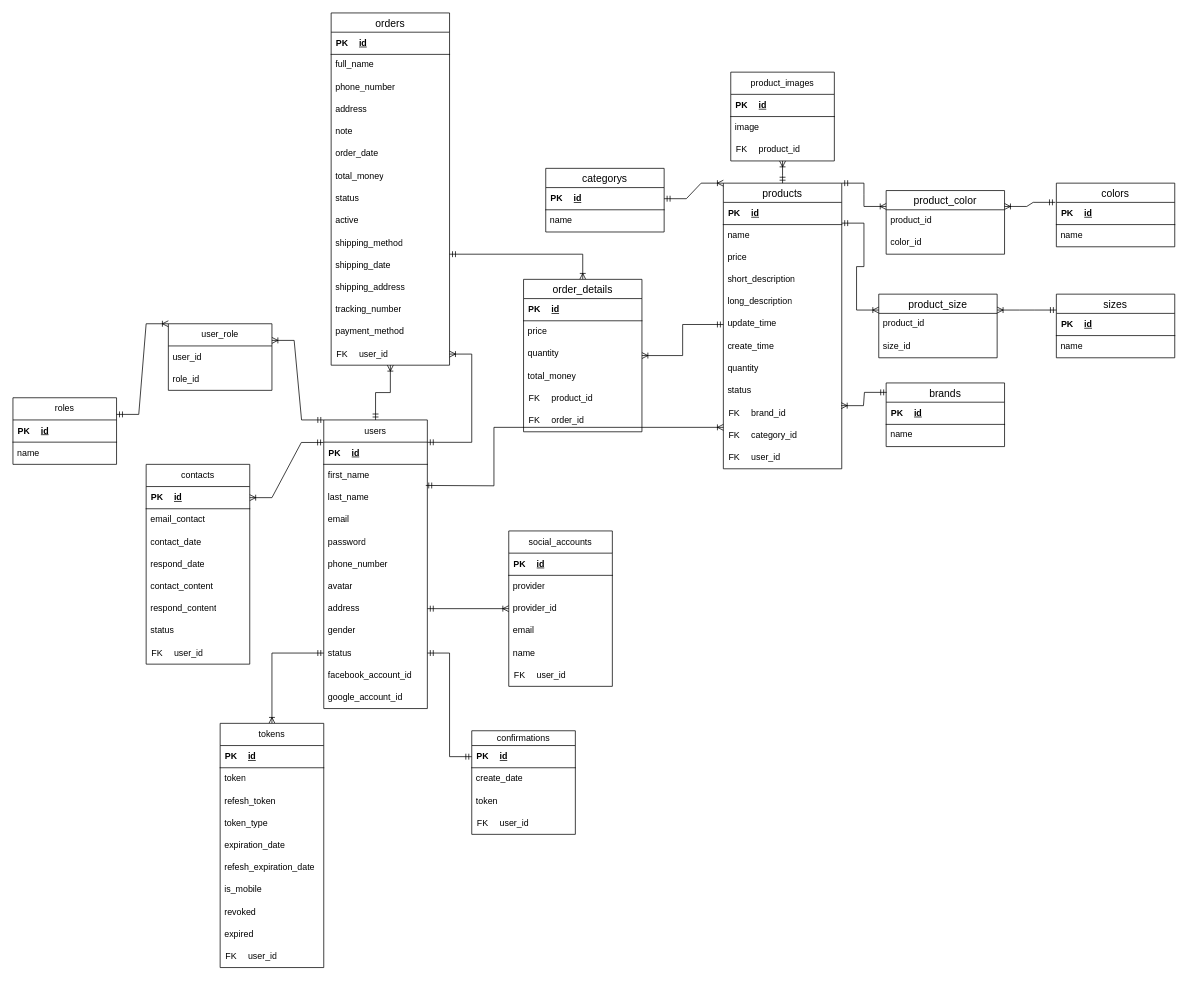
The draw.io diagram shop-online/Biểu đồ không có tiêu đề.drawio in Dangnhhe161726/shop-online, before the edit. Source tidied: cells renumbered, new cells numbered last; positions are measured from the earlier drawing's top-left corner, leaving out a move shared by most shapes. Both pictures are drawn from the tidied source at 74%, with x=0, y=0 at pixel (13, -176).
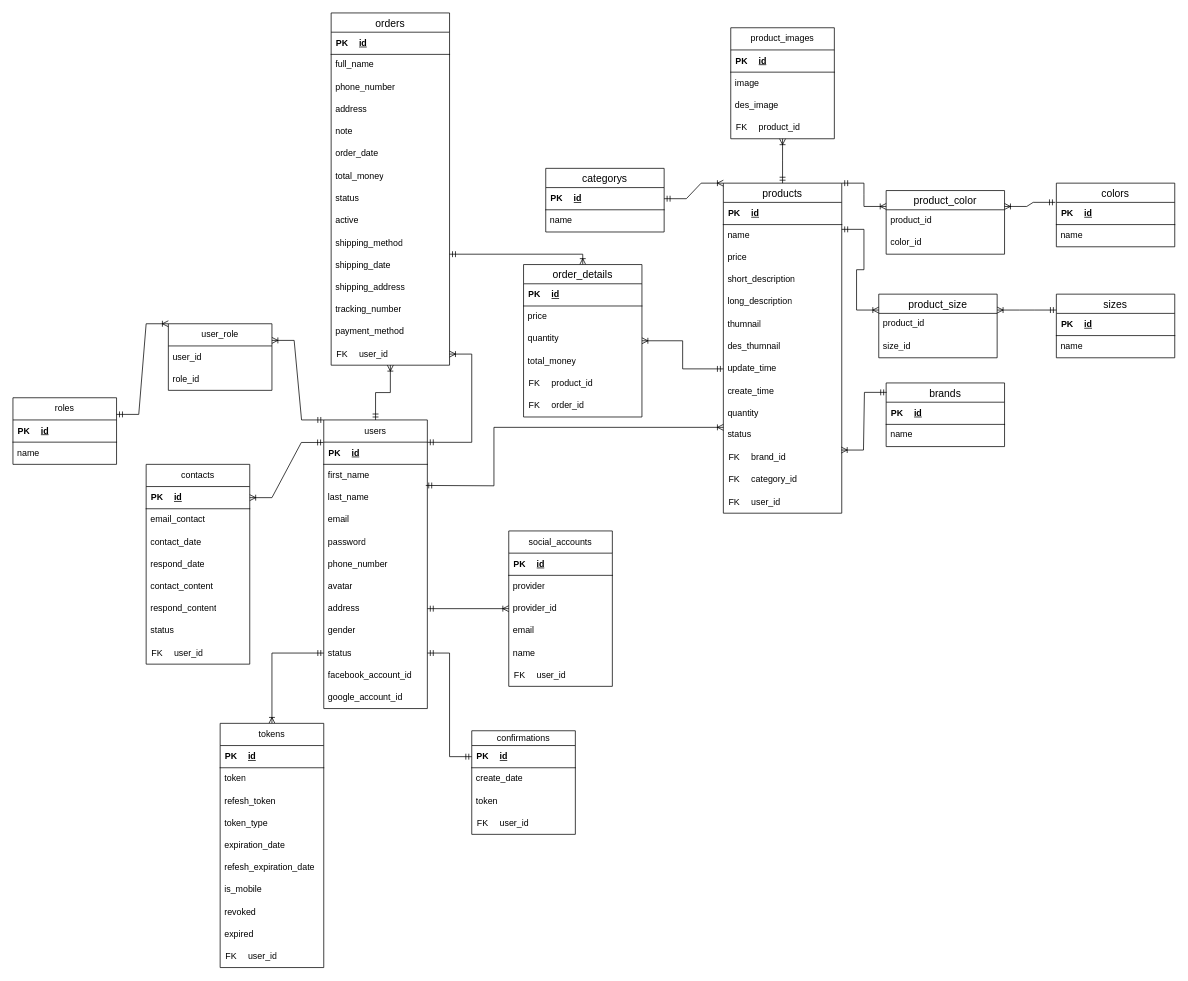
Above is the later version.

The edit, as a diff of the source:
```diff
@@
     <mxCell id="45" value="products" style="swimlane;fontStyle=0;horizontal=1;startSize=26;align=center;fontSize=14;" parent="1" vertex="1">
-      <mxGeometry x="960" y="485" width="160" height="386" as="geometry" />
+      <mxGeometry x="960" y="485" width="160" height="446" as="geometry" />
     </mxCell>
@@
+    <mxCell id="202" value="thumnail&lt;br&gt;" style="text;strokeColor=none;fillColor=none;align=left;verticalAlign=middle;spacingLeft=4;spacingRight=4;overflow=hidden;whiteSpace=wrap;html=1;" parent="45" vertex="1">
+      <mxGeometry y="176" width="160" height="30" as="geometry" />
+    </mxCell>
+    <mxCell id="203" value="des_thumnail" style="text;strokeColor=none;fillColor=none;align=left;verticalAlign=middle;spacingLeft=4;spacingRight=4;overflow=hidden;whiteSpace=wrap;html=1;" parent="45" vertex="1">
+      <mxGeometry y="206" width="160" height="30" as="geometry" />
+    </mxCell>
     <mxCell id="54" value="update_time" style="text;strokeColor=none;fillColor=none;spacingLeft=4;spacingRight=4;overflow=hidden;points=[[0,0.5],[1,0.5]];portConstraint=eastwest;fontSize=12;whiteSpace=wrap;html=1;" parent="45" vertex="1">
-      <mxGeometry y="176" width="160" height="30" as="geometry" />
+      <mxGeometry y="236" width="160" height="30" as="geometry" />
     </mxCell>
     <mxCell id="55" value="create_time" style="text;strokeColor=none;fillColor=none;align=left;verticalAlign=middle;spacingLeft=4;spacingRight=4;overflow=hidden;whiteSpace=wrap;html=1;" parent="45" vertex="1">
-      <mxGeometry y="206" width="160" height="30" as="geometry" />
+      <mxGeometry y="266" width="160" height="30" as="geometry" />
     </mxCell>
     <mxCell id="56" value="quantity" style="text;strokeColor=none;fillColor=none;align=left;verticalAlign=middle;spacingLeft=4;spacingRight=4;overflow=hidden;whiteSpace=wrap;html=1;" parent="45" vertex="1">
-      <mxGeometry y="236" width="160" height="30" as="geometry" />
+      <mxGeometry y="296" width="160" height="30" as="geometry" />
     </mxCell>
     <mxCell id="57" value="status" style="text;strokeColor=none;fillColor=none;spacingLeft=4;spacingRight=4;overflow=hidden;fontSize=12;whiteSpace=wrap;html=1;" parent="45" vertex="1">
-      <mxGeometry y="266" width="160" height="30" as="geometry" />
+      <mxGeometry y="326" width="160" height="30" as="geometry" />
     </mxCell>
     <mxCell id="58" style="shape=table;startSize=0;childLayout=tableLayout;rowLines=0;fontStyle=0;align=center;strokeColor=none;fillColor=none;" parent="45" vertex="1">
-      <mxGeometry y="296" width="160" height="90" as="geometry" />
+      <mxGeometry y="356" width="160" height="90" as="geometry" />
     </mxCell>
@@
     <mxCell id="129" value="order_details" style="swimlane;fontStyle=0;horizontal=1;startSize=26;align=center;fontSize=14;" parent="1" vertex="1">
-      <mxGeometry x="690" y="615" width="160" height="206" as="geometry" />
+      <mxGeometry x="690" y="595" width="160" height="206" as="geometry" />
     </mxCell>
@@
     <mxCell id="147" value="product_images" style="swimlane;fontStyle=0;horizontal=1;startSize=30;whiteSpace=wrap;html=1;" parent="1" vertex="1">
-      <mxGeometry x="970" y="335" width="140" height="120" as="geometry" />
+      <mxGeometry x="970" y="275" width="140" height="150" as="geometry" />
     </mxCell>
@@
+    <mxCell id="204" value="des_image" style="text;strokeColor=none;fillColor=none;align=left;verticalAlign=middle;spacingLeft=4;spacingRight=4;overflow=hidden;whiteSpace=wrap;html=1;" parent="147" vertex="1">
+      <mxGeometry y="90" width="140" height="30" as="geometry" />
+    </mxCell>
     <mxCell id="153" style="shape=table;startSize=0;childLayout=tableLayout;rowLines=0;fontStyle=0;align=center;strokeColor=none;fillColor=none;" parent="147" vertex="1">
-      <mxGeometry y="90" width="140" height="30" as="geometry" />
+      <mxGeometry y="120" width="140" height="30" as="geometry" />
     </mxCell>
```
